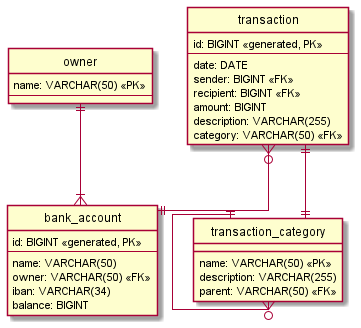
Earlier version of the PlantUML export service/docs/model/diagrams/entity-relationship.png (lfarci/personal-finance).
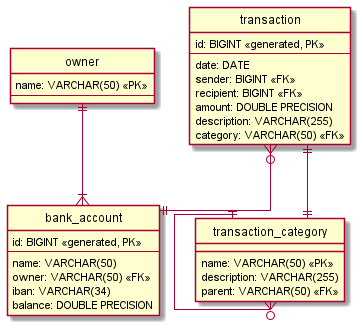
Later version of the same file.

Commit message:
Issue #6 the bank account entity is created

What changed in the source:
```diff
@@ -13,7 +13,7 @@
     name: VARCHAR(50)
     owner: VARCHAR(50) <<FK>>
     iban: VARCHAR(34)
-    balance: BIGINT
+    balance: DOUBLE PRECISION
 }
 
 entity "transaction" {
@@ -22,7 +22,7 @@
     date: DATE
     sender: BIGINT <<FK>>
     recipient: BIGINT <<FK>>
-    amount: BIGINT
+    amount: DOUBLE PRECISION
     description: VARCHAR(255)
     category: VARCHAR(50) <<FK>>
 }
```
